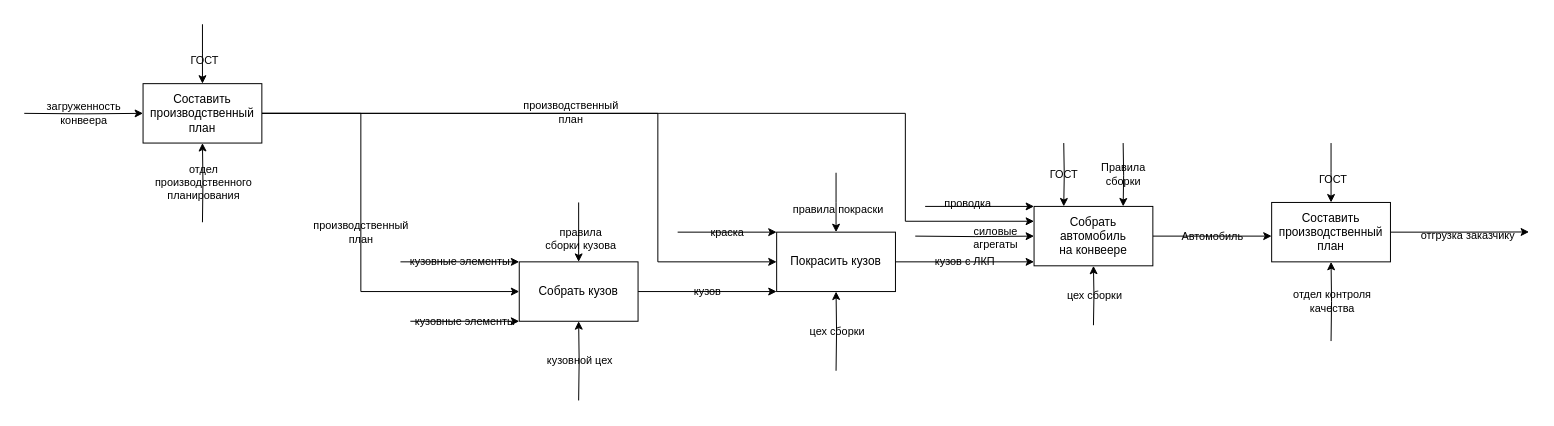
Before: src/main/java/com/chernokoz/docs/catFactory2.drawio in chernokoz/BashSimpleInterpreter, a draw.io diagram. Source tidied: cells renumbered, new cells numbered last; positions are measured from the earlier drawing's top-left corner, leaving out a move shared by most shapes. Both pictures are drawn from the tidied source at 99%, with x=0, y=0 at pixel (24, 24).
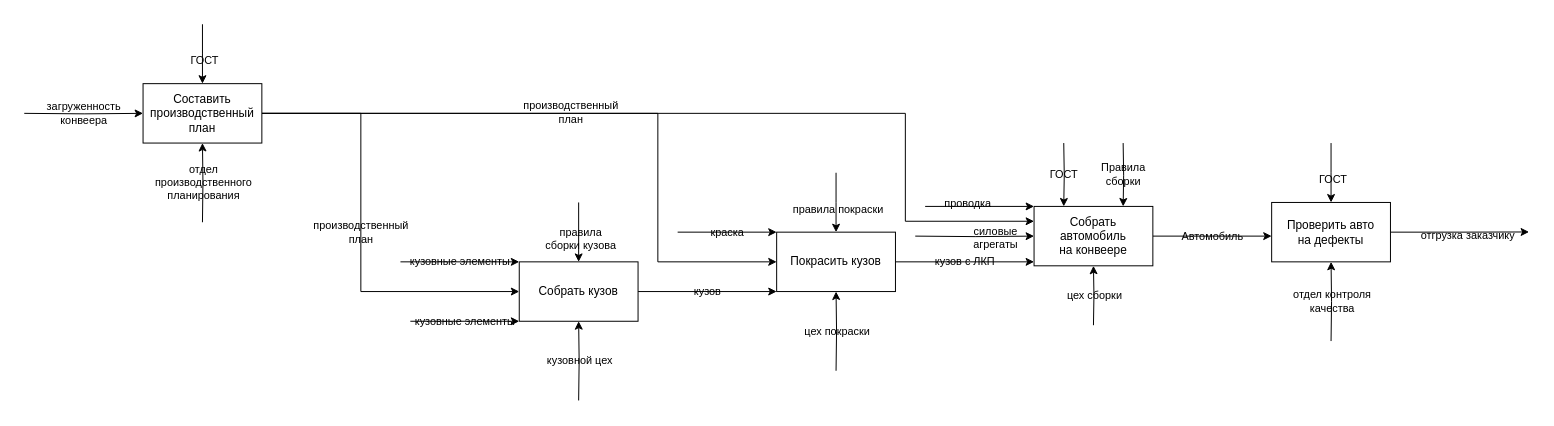
The same diagram, later.

Commit message (it also covers changes not shown here):
update second and third diagrams

Unchanged cells that the change refers to:
```xml
<mxCell id="32" value="Покрасить кузов" style="rounded=0;whiteSpace=wrap;html=1;" parent="1" vertex="1">
  <mxGeometry x="760" y="210" width="120" height="60" as="geometry" />
</mxCell>
```

What changed in the source:
```diff
@@
-    <mxCell id="30" value="цех сборки" style="edgeStyle=orthogonalEdgeStyle;rounded=0;jettySize=auto;html=1;entryX=0.5;entryY=1;entryDx=0;entryDy=0;labelBackgroundColor=none;" parent="1" edge="1" target="32">
+    <mxCell id="30" value="цех покраски" style="edgeStyle=orthogonalEdgeStyle;rounded=0;jettySize=auto;html=1;entryX=0.5;entryY=1;entryDx=0;entryDy=0;labelBackgroundColor=none;" parent="1" edge="1" target="32">
       <mxGeometry relative="1" as="geometry">
         <mxPoint x="820" y="350" as="sourcePoint" />
       </mxGeometry>
     </mxCell>
@@
-    <mxCell id="38" value="Составить производственный план" style="rounded=0;whiteSpace=wrap;html=1;" parent="1" vertex="1">
+    <mxCell id="38" value="Проверить авто&lt;br&gt;на дефекты" style="rounded=0;whiteSpace=wrap;html=1;" parent="1" vertex="1">
       <mxGeometry x="1260" y="180" width="120" height="60" as="geometry" />
     </mxCell>
```
